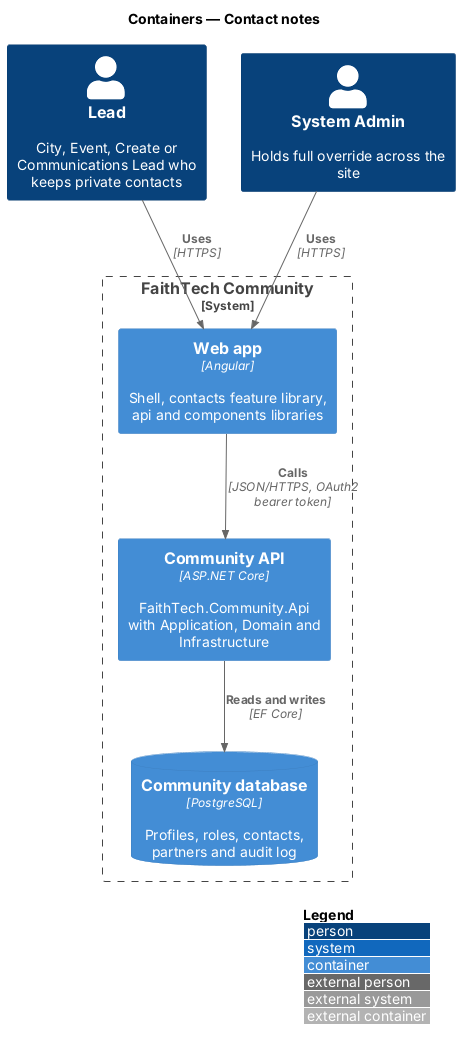
This is docs/detailed-designs/contacts/contact-notes/diagrams/c4-container.png from QuinntyneBrown/faithtech-community, a PlantUML export, as it was before one commit.
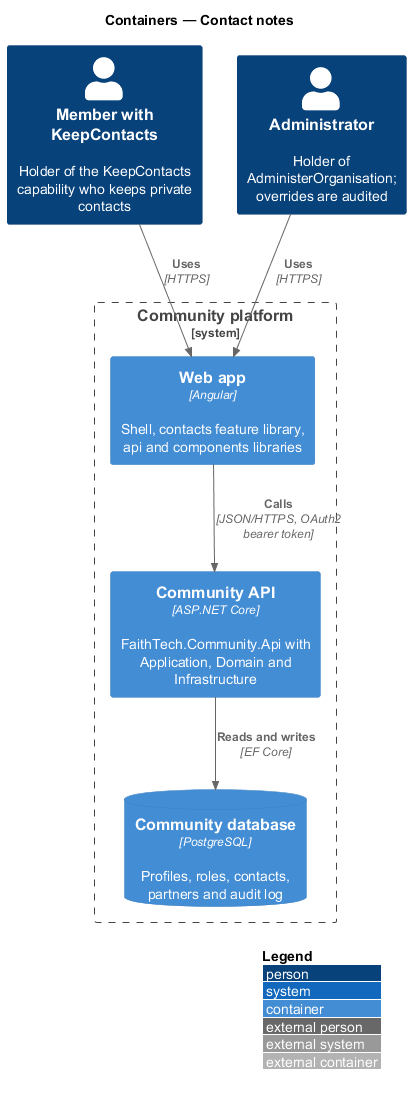
The same file after the commit.

Diff of the diagram source:
```diff
@@ -2,9 +2,9 @@
 !include <C4/C4_Container>
 LAYOUT_WITH_LEGEND()
 title Containers — Contact notes
-Person(lead, "Lead", "City, Event, Create or Communications Lead who keeps private contacts")
-Person(admin, "System Admin", "Holds full override across the site")
-System_Boundary(community, "FaithTech Community") {
+Person(lead, "Member with KeepContacts", "Holder of the KeepContacts capability who keeps private contacts")
+Person(admin, "Administrator", "Holder of AdministerOrganisation; overrides are audited")
+System_Boundary(community, "Community platform") {
   Container(web, "Web app", "Angular", "Shell, contacts feature library, api and components libraries")
   Container(api, "Community API", "ASP.NET Core", "FaithTech.Community.Api with Application, Domain and Infrastructure")
   ContainerDb(db, "Community database", "PostgreSQL", "Profiles, roles, contacts, partners and audit log")
```
